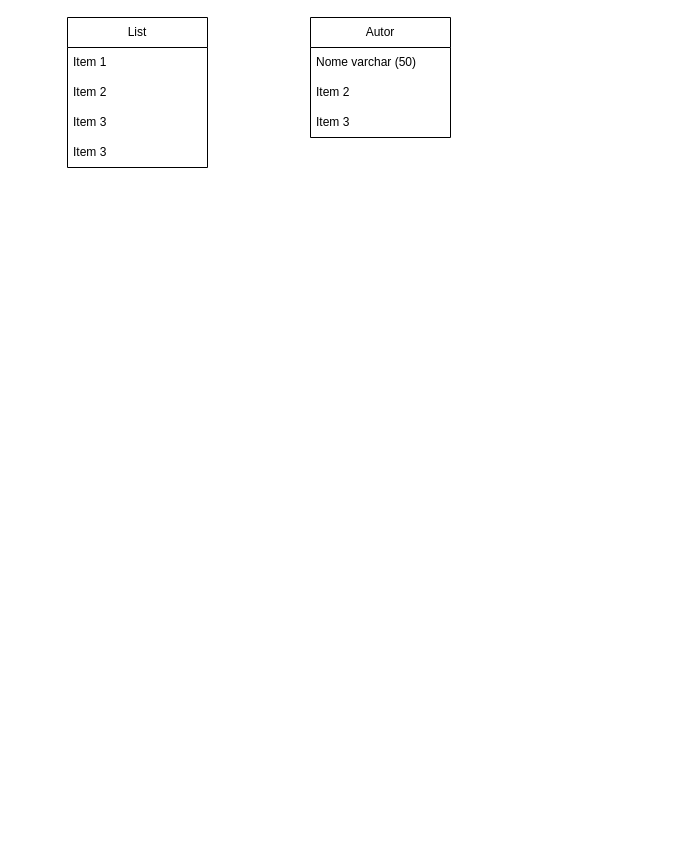
Earlier version of the draw.io diagram semana-6/aula-1/desenho.drawio (AdrianoVolter/Modulo-2). Source tidied: cells renumbered, new cells numbered last; positions are measured from the earlier drawing's top-left corner, leaving out a move shared by most shapes. Both pictures are drawn from the tidied source at 100%, with x=0, y=0 at pixel (67, 17).
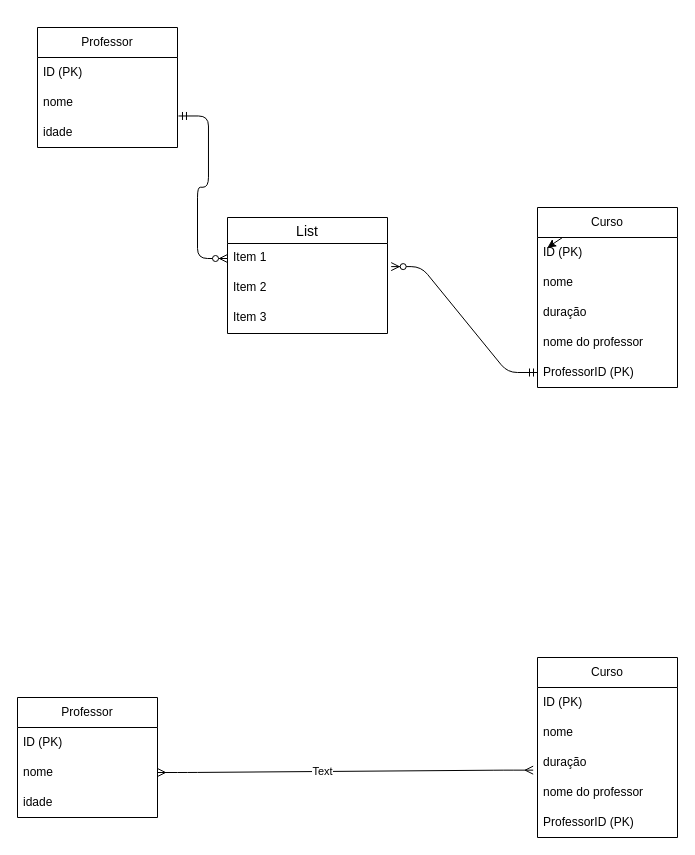
The same diagram, later.

Commit message (it also covers changes not shown here):
feat: comandos sql

The edit, as a diff of the source:
```diff
@@
-    <mxCell id="2" value="List" style="swimlane;fontStyle=0;horizontal=1;startSize=30;whiteSpace=wrap;html=1;" parent="1" vertex="1">
-      <mxGeometry width="140" height="150" as="geometry" />
+    <mxCell id="2" value="Professor" style="swimlane;fontStyle=0;horizontal=1;startSize=30;whiteSpace=wrap;html=1;" parent="1" vertex="1">
+      <mxGeometry x="-50" y="680" width="140" height="120" as="geometry" />
     </mxCell>
-    <mxCell id="3" value="Item 1" style="text;strokeColor=none;fillColor=none;align=left;verticalAlign=middle;spacingLeft=4;spacingRight=4;overflow=hidden;whiteSpace=wrap;html=1;" parent="2" vertex="1">
+    <mxCell id="3" value="ID (PK)" style="text;strokeColor=none;fillColor=none;align=left;verticalAlign=middle;spacingLeft=4;spacingRight=4;overflow=hidden;whiteSpace=wrap;html=1;" parent="2" vertex="1">
       <mxGeometry y="30" width="140" height="30" as="geometry" />
     </mxCell>
-    <mxCell id="4" value="Item 2" style="text;strokeColor=none;fillColor=none;align=left;verticalAlign=middle;spacingLeft=4;spacingRight=4;overflow=hidden;whiteSpace=wrap;html=1;" parent="2" vertex="1">
-      <mxGeometry y="60" width="140" height="30" as="geometry" />
-    </mxCell>
-    <mxCell id="5" value="Item 3" style="text;strokeColor=none;fillColor=none;align=left;verticalAlign=middle;spacingLeft=4;spacingRight=4;overflow=hidden;points=[[0,0.5],[1,0.5]];portConstraint=eastwest;whiteSpace=wrap;html=1;" parent="2" vertex="1">
-      <mxGeometry y="90" width="140" height="30" as="geometry" />
+    <mxCell id="5" value="nome&amp;nbsp;" style="text;strokeColor=none;fillColor=none;align=left;verticalAlign=middle;spacingLeft=4;spacingRight=4;overflow=hidden;points=[[0,0.5],[1,0.5]];portConstraint=eastwest;whiteSpace=wrap;html=1;" parent="2" vertex="1">
+      <mxGeometry y="60" width="140" height="30" as="geometry" />
     </mxCell>
-    <mxCell id="6" value="Item 3" style="text;strokeColor=none;fillColor=none;align=left;verticalAlign=middle;spacingLeft=4;spacingRight=4;overflow=hidden;whiteSpace=wrap;html=1;" parent="2" vertex="1">
-      <mxGeometry y="120" width="140" height="30" as="geometry" />
+    <mxCell id="6" value="idade&amp;nbsp;" style="text;strokeColor=none;fillColor=none;align=left;verticalAlign=middle;spacingLeft=4;spacingRight=4;overflow=hidden;whiteSpace=wrap;html=1;" parent="2" vertex="1">
+      <mxGeometry y="90" width="140" height="30" as="geometry" />
     </mxCell>
-    <mxCell id="7" value="Autor" style="swimlane;fontStyle=0;horizontal=1;startSize=30;whiteSpace=wrap;html=1;" parent="1" vertex="1">
-      <mxGeometry x="243" width="140" height="120" as="geometry" />
+    <mxCell id="7" value="Curso" style="swimlane;fontStyle=0;horizontal=1;startSize=30;whiteSpace=wrap;html=1;" parent="1" vertex="1">
+      <mxGeometry x="470" y="640" width="140" height="180" as="geometry" />
     </mxCell>
-    <mxCell id="8" value="Nome varchar (50)" style="text;strokeColor=none;fillColor=none;align=left;verticalAlign=middle;spacingLeft=4;spacingRight=4;overflow=hidden;whiteSpace=wrap;html=1;" parent="7" vertex="1">
+    <mxCell id="8" value="ID (PK)" style="text;strokeColor=none;fillColor=none;align=left;verticalAlign=middle;spacingLeft=4;spacingRight=4;overflow=hidden;whiteSpace=wrap;html=1;" parent="7" vertex="1">
       <mxGeometry y="30" width="140" height="30" as="geometry" />
     </mxCell>
-    <mxCell id="9" value="Item 2" style="text;strokeColor=none;fillColor=none;align=left;verticalAlign=middle;spacingLeft=4;spacingRight=4;overflow=hidden;whiteSpace=wrap;html=1;" parent="7" vertex="1">
+    <mxCell id="9" value="nome" style="text;strokeColor=none;fillColor=none;align=left;verticalAlign=middle;spacingLeft=4;spacingRight=4;overflow=hidden;whiteSpace=wrap;html=1;" parent="7" vertex="1">
       <mxGeometry y="60" width="140" height="30" as="geometry" />
     </mxCell>
+    <mxCell id="11" value="duração" style="text;strokeColor=none;fillColor=none;align=left;verticalAlign=middle;spacingLeft=4;spacingRight=4;overflow=hidden;points=[[0,0.5],[1,0.5]];portConstraint=eastwest;whiteSpace=wrap;html=1;" parent="7" vertex="1">
+      <mxGeometry y="90" width="140" height="30" as="geometry" />
+    </mxCell>
-    <mxCell id="10" value="Item 3" style="text;strokeColor=none;fillColor=none;align=left;verticalAlign=middle;spacingLeft=4;spacingRight=4;overflow=hidden;whiteSpace=wrap;html=1;" parent="7" vertex="1">
-      <mxGeometry y="90" width="140" height="30" as="geometry" />
+    <mxCell id="10" value="nome do professor" style="text;strokeColor=none;fillColor=none;align=left;verticalAlign=middle;spacingLeft=4;spacingRight=4;overflow=hidden;whiteSpace=wrap;html=1;" parent="7" vertex="1">
+      <mxGeometry y="120" width="140" height="30" as="geometry" />
     </mxCell>
+    <mxCell id="12" value="ProfessorID (PK)" style="text;strokeColor=none;fillColor=none;align=left;verticalAlign=middle;spacingLeft=4;spacingRight=4;overflow=hidden;whiteSpace=wrap;html=1;" parent="7" vertex="1">
+      <mxGeometry y="150" width="140" height="30" as="geometry" />
+    </mxCell>
+    <mxCell id="13" value="Professor" style="swimlane;fontStyle=0;horizontal=1;startSize=30;whiteSpace=wrap;html=1;" parent="1" vertex="1">
+      <mxGeometry x="-30" y="10" width="140" height="120" as="geometry" />
+    </mxCell>
+    <mxCell id="14" value="ID (PK)" style="text;strokeColor=none;fillColor=none;align=left;verticalAlign=middle;spacingLeft=4;spacingRight=4;overflow=hidden;whiteSpace=wrap;html=1;" parent="13" vertex="1">
+      <mxGeometry y="30" width="140" height="30" as="geometry" />
+    </mxCell>
+    <mxCell id="15" value="nome&amp;nbsp;" style="text;strokeColor=none;fillColor=none;align=left;verticalAlign=middle;spacingLeft=4;spacingRight=4;overflow=hidden;whiteSpace=wrap;html=1;" parent="13" vertex="1">
+      <mxGeometry y="60" width="140" height="30" as="geometry" />
+    </mxCell>
+    <mxCell id="16" value="idade&amp;nbsp;" style="text;strokeColor=none;fillColor=none;align=left;verticalAlign=middle;spacingLeft=4;spacingRight=4;overflow=hidden;points=[[0,0.5],[1,0.5]];portConstraint=eastwest;whiteSpace=wrap;html=1;" parent="13" vertex="1">
+      <mxGeometry y="90" width="140" height="30" as="geometry" />
+    </mxCell>
+    <mxCell id="17" style="edgeStyle=none;html=1;exitX=0.5;exitY=0;exitDx=0;exitDy=0;" parent="1" edge="1" source="18">
+      <mxGeometry relative="1" as="geometry">
+        <mxPoint x="480" y="230" as="targetPoint" />
+      </mxGeometry>
+    </mxCell>
+    <mxCell id="18" value="Curso" style="swimlane;fontStyle=0;horizontal=1;startSize=30;whiteSpace=wrap;html=1;" parent="1" vertex="1">
+      <mxGeometry x="470" y="190" width="140" height="180" as="geometry" />
+    </mxCell>
+    <mxCell id="19" value="ID (PK)" style="text;strokeColor=none;fillColor=none;align=left;verticalAlign=middle;spacingLeft=4;spacingRight=4;overflow=hidden;whiteSpace=wrap;html=1;" parent="18" vertex="1">
+      <mxGeometry y="30" width="140" height="30" as="geometry" />
+    </mxCell>
+    <mxCell id="20" value="nome" style="text;strokeColor=none;fillColor=none;align=left;verticalAlign=middle;spacingLeft=4;spacingRight=4;overflow=hidden;whiteSpace=wrap;html=1;" parent="18" vertex="1">
+      <mxGeometry y="60" width="140" height="30" as="geometry" />
+    </mxCell>
+    <mxCell id="21" value="duração" style="text;strokeColor=none;fillColor=none;align=left;verticalAlign=middle;spacingLeft=4;spacingRight=4;overflow=hidden;whiteSpace=wrap;html=1;" parent="18" vertex="1">
+      <mxGeometry y="90" width="140" height="30" as="geometry" />
+    </mxCell>
+    <mxCell id="22" value="nome do professor" style="text;strokeColor=none;fillColor=none;align=left;verticalAlign=middle;spacingLeft=4;spacingRight=4;overflow=hidden;whiteSpace=wrap;html=1;" parent="18" vertex="1">
+      <mxGeometry y="120" width="140" height="30" as="geometry" />
+    </mxCell>
+    <mxCell id="23" value="ProfessorID (PK)" style="text;strokeColor=none;fillColor=none;align=left;verticalAlign=middle;spacingLeft=4;spacingRight=4;overflow=hidden;points=[[0,0.5],[1,0.5]];portConstraint=eastwest;whiteSpace=wrap;html=1;" parent="18" vertex="1">
+      <mxGeometry y="150" width="140" height="30" as="geometry" />
+    </mxCell>
+    <mxCell id="24" style="edgeStyle=entityRelationEdgeStyle;fontSize=12;html=1;endArrow=ERzeroToMany;startArrow=ERmandOne;entryX=0;entryY=0.5;entryDx=0;entryDy=0;exitX=1.007;exitY=-0.051;exitDx=0;exitDy=0;exitPerimeter=0;" parent="1" edge="1" source="16" target="26">
+      <mxGeometry relative="1" as="geometry" />
+    </mxCell>
+    <mxCell id="25" value="List" style="swimlane;fontStyle=0;horizontal=1;startSize=26;align=center;fontSize=14;" parent="1" vertex="1">
+      <mxGeometry x="160" y="200" width="160" height="116" as="geometry" />
+    </mxCell>
+    <mxCell id="26" value="Item 1" style="text;strokeColor=none;fillColor=none;spacingLeft=4;spacingRight=4;overflow=hidden;points=[[0,0.5],[1,0.5]];portConstraint=eastwest;fontSize=12;" parent="25" vertex="1">
+      <mxGeometry y="26" width="160" height="30" as="geometry" />
+    </mxCell>
+    <mxCell id="4" value="Item 2" style="text;strokeColor=none;fillColor=none;spacingLeft=4;spacingRight=4;overflow=hidden;fontSize=12;" parent="25" vertex="1">
+      <mxGeometry y="56" width="160" height="30" as="geometry" />
+    </mxCell>
+    <mxCell id="27" value="Item 3" style="text;strokeColor=none;fillColor=none;spacingLeft=4;spacingRight=4;overflow=hidden;fontSize=12;" parent="25" vertex="1">
+      <mxGeometry y="86" width="160" height="30" as="geometry" />
+    </mxCell>
+    <mxCell id="28" style="edgeStyle=entityRelationEdgeStyle;fontSize=12;html=1;endArrow=ERzeroToMany;startArrow=ERmandOne;exitX=0;exitY=0.5;exitDx=0;exitDy=0;entryX=1.023;entryY=0.77;entryDx=0;entryDy=0;entryPerimeter=0;" parent="1" edge="1" source="23" target="26">
+      <mxGeometry relative="1" as="geometry" />
+    </mxCell>
+    <mxCell id="29" style="edgeStyle=entityRelationEdgeStyle;fontSize=12;html=1;endArrow=ERmany;startArrow=ERmany;exitX=1;exitY=0.5;exitDx=0;exitDy=0;entryX=-0.031;entryY=0.755;entryDx=0;entryDy=0;entryPerimeter=0;" parent="1" edge="1" source="5" target="11">
+      <mxGeometry relative="1" as="geometry" />
+    </mxCell>
+    <mxCell id="30" value="Text" style="edgeLabel;html=1;align=center;verticalAlign=middle;" parent="29" vertex="1">
+      <mxGeometry x="-0.12" relative="1" as="geometry" />
+    </mxCell>
```
